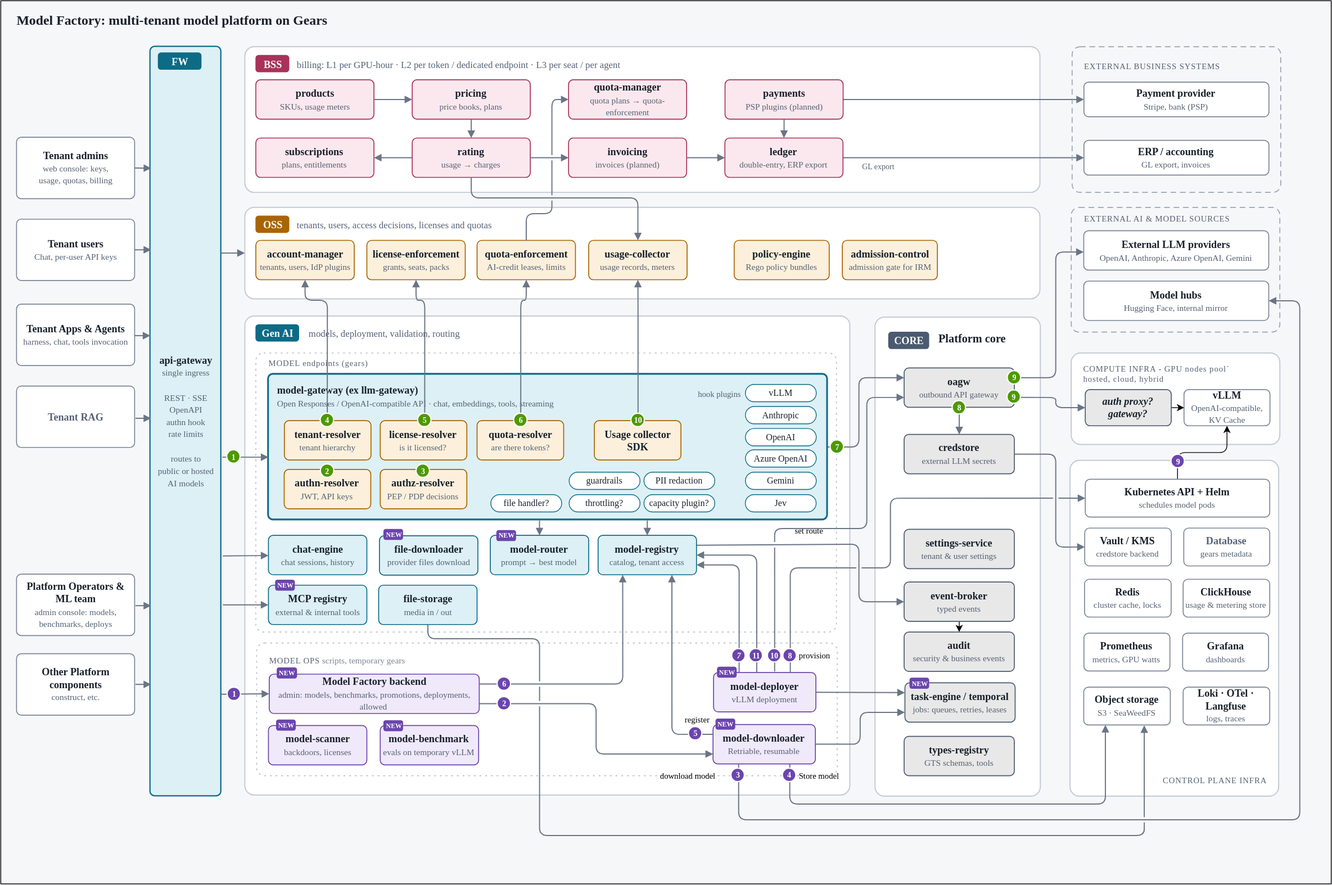
constructorfabric/token-factory keeps this draw.io diagram as docs/img/model-factory.drawio.svg. Above is the earlier version. Source tidied: cells renumbered, new cells last; positions are measured from the earlier drawing's top-left corner, leaving out a move shared by most shapes.
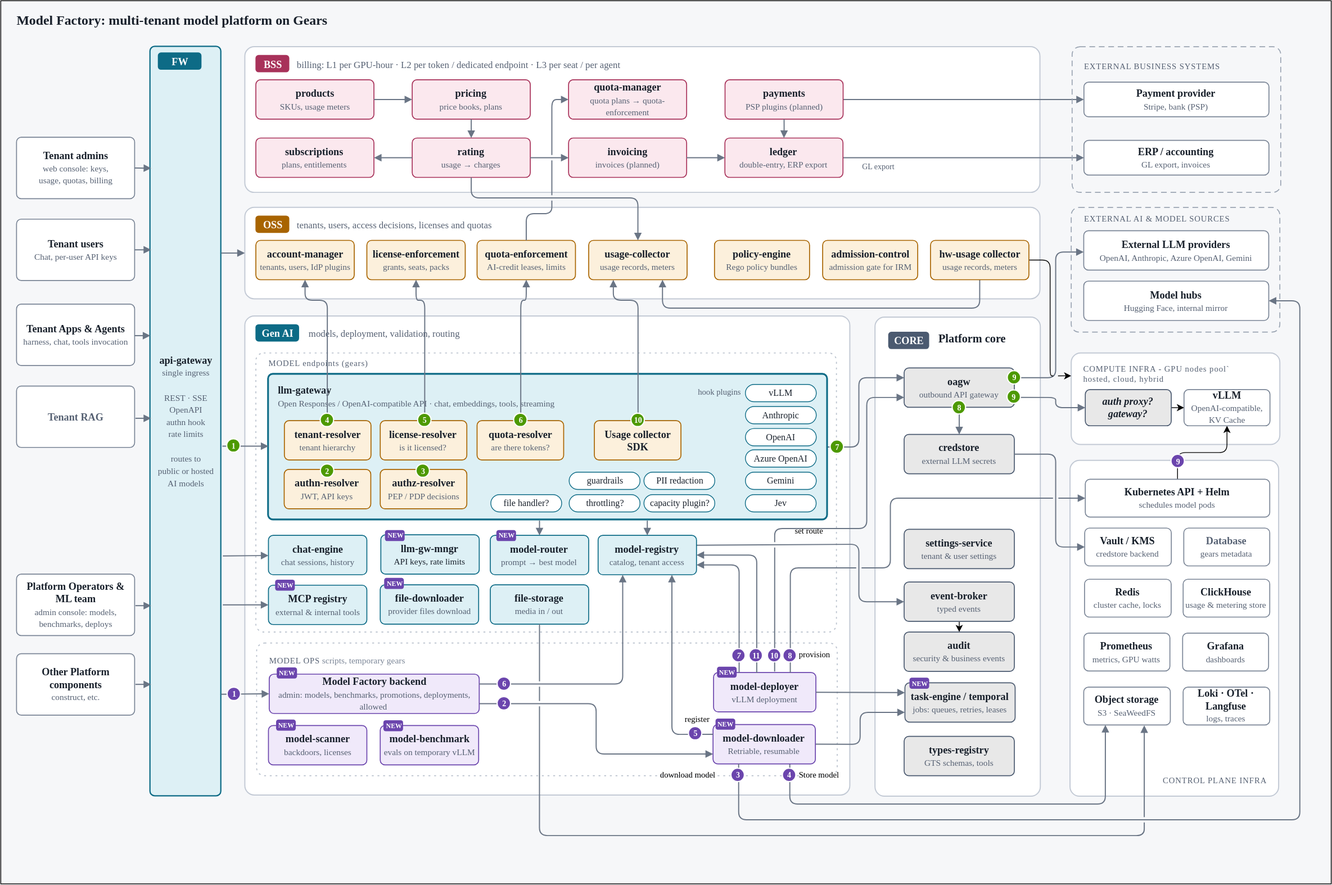
After the change.

Commit message:
docs: added initial docs/DECOMPOSITION.md and extend the list of open questions

What changed in the source:
```diff
@@ -73,7 +73,7 @@
         </Array>
       </mxGeometry>
     </mxCell>
-    <mxCell id="24" value="&lt;span style=&quot;font-weight:600&quot;&gt;model-gateway   (ex llm-gateway)&lt;/span&gt;&lt;br&gt;&lt;span style=&quot;font-size: 11px; color: rgb(86, 97, 115);&quot;&gt;Open Responses / OpenAI-compatible API · chat, embeddings, tools, streaming&lt;/span&gt;" style="rounded=1;absoluteArcSize=1;arcSize=12;whiteSpace=wrap;html=1;fillColor=#ddf0f5;strokeColor=#0d6b86;strokeWidth=2.2;align=left;verticalAlign=top;spacing=4;spacingTop=4;fontSize=13;fontColor=#18202b;fontFamily=IBM Plex Sans Condensed;fontSource=https%3A%2F%2Ffonts.googleapis.com%2Fcss%3Ffamily%3DIBM%2BPlex%2BSans%2BCondensed%3A400%2C500%2C600;spacingLeft=8;" parent="1" vertex="1">
+    <mxCell id="24" value="&lt;span style=&quot;font-weight:600&quot;&gt;llm-gateway&lt;/span&gt;&lt;br&gt;&lt;span style=&quot;font-size: 11px; color: rgb(86, 97, 115);&quot;&gt;Open Responses / OpenAI-compatible API · chat, embeddings, tools, streaming&lt;/span&gt;" style="rounded=1;absoluteArcSize=1;arcSize=12;whiteSpace=wrap;html=1;fillColor=#ddf0f5;strokeColor=#0d6b86;strokeWidth=2.2;align=left;verticalAlign=top;spacing=4;spacingTop=4;fontSize=13;fontColor=#18202b;fontFamily=IBM Plex Sans Condensed;fontSource=https%3A%2F%2Ffonts.googleapis.com%2Fcss%3Ffamily%3DIBM%2BPlex%2BSans%2BCondensed%3A400%2C500%2C600;spacingLeft=8;" parent="1" vertex="1">
       <mxGeometry x="340" y="474" width="710.1" height="185" as="geometry" />
     </mxCell>
     <mxCell id="25" style="edgeStyle=orthogonalEdgeStyle;html=1;exitX=1;exitY=0.25;exitDx=0;exitDy=0;entryX=0;entryY=0.5;entryDx=0;entryDy=0;rounded=1;strokeColor=#6a7585;strokeWidth=1.4;align=center;verticalAlign=middle;fontFamily=Helvetica;fontSize=11;fontColor=default;labelBackgroundColor=default;endArrow=block;endFill=1;endSize=6;curved=0;jumpStyle=gap;" parent="1" edge="1" source="26" target="44">
@@ -89,7 +89,7 @@
       <mxGeometry x="758.8" y="678.8" width="125" height="50" as="geometry" />
     </mxCell>
     <mxCell id="27" value="&lt;span style=&quot;font-weight:600&quot;&gt;file-storage&lt;/span&gt;&lt;br&gt;&lt;span style=&quot;font-size:11px;color:#566173&quot;&gt;media in / out&lt;/span&gt;" style="rounded=1;absoluteArcSize=1;arcSize=12;whiteSpace=wrap;html=1;fillColor=#ddf0f5;strokeColor=#0d6b86;strokeWidth=1.2;align=center;verticalAlign=middle;spacing=4;spacingTop=0;fontSize=13;fontColor=#18202b;fontFamily=IBM Plex Sans Condensed;fontSource=https%3A%2F%2Ffonts.googleapis.com%2Fcss%3Ffamily%3DIBM%2BPlex%2BSans%2BCondensed%3A400%2C500%2C600;" parent="1" vertex="1">
-      <mxGeometry x="480" y="742" width="125" height="50" as="geometry" />
+      <mxGeometry x="621.8" y="741.5" width="125" height="50" as="geometry" />
     </mxCell>
     <mxCell id="28" value="&lt;span style=&quot;font-weight:500;letter-spacing:0.06em&quot;&gt;MODEL OPS&lt;/span&gt;&amp;nbsp;&amp;nbsp;&lt;span style=&quot;font-family: &amp;quot;IBM Plex Sans Condensed&amp;quot;; font-size: 11px; letter-spacing: 0px; color: rgb(122, 133, 150);&quot;&gt;scripts, temporary gears&lt;/span&gt;" style="text;html=1;whiteSpace=nowrap;align=left;verticalAlign=top;spacing=0;fontSize=10.5;fontColor=#566173;fontFamily=IBM Plex Mono;fontSource=https%3A%2F%2Ffonts.googleapis.com%2Fcss%3Ffamily%3DIBM%2BPlex%2BMono%3A500%2C600;" parent="1" vertex="1">
       <mxGeometry x="341" y="827" width="306.2" height="14" as="geometry" />
@@ -143,10 +143,10 @@
       <mxGeometry x="1147.5" y="738" width="140" height="50" as="geometry" />
     </mxCell>
     <mxCell id="45" value="&lt;span style=&quot;font-weight:600&quot;&gt;policy-engine&lt;/span&gt;&lt;br&gt;&lt;span style=&quot;font-size:11px;color:#566173&quot;&gt;Rego policy bundles&lt;/span&gt;" style="rounded=1;absoluteArcSize=1;arcSize=12;whiteSpace=wrap;html=1;fillColor=#fcf0dc;strokeColor=#a86400;strokeWidth=1.2;align=center;verticalAlign=middle;spacing=4;spacingTop=0;fontSize=13;fontColor=#18202b;fontFamily=IBM Plex Sans Condensed;fontSource=https%3A%2F%2Ffonts.googleapis.com%2Fcss%3Ffamily%3DIBM%2BPlex%2BSans%2BCondensed%3A400%2C500%2C600;" parent="1" vertex="1">
-      <mxGeometry x="931.6" y="304" width="120.8" height="50" as="geometry" />
+      <mxGeometry x="906.6" y="304" width="120.8" height="50" as="geometry" />
     </mxCell>
     <mxCell id="46" value="&lt;span style=&quot;font-weight:600&quot;&gt;admission-control&lt;/span&gt;&lt;br&gt;&lt;span style=&quot;font-size:11px;color:#566173&quot;&gt;admission gate for IRM&lt;/span&gt;" style="rounded=1;absoluteArcSize=1;arcSize=12;whiteSpace=wrap;html=1;fillColor=#fcf0dc;strokeColor=#a86400;strokeWidth=1.2;align=center;verticalAlign=middle;spacing=4;spacingTop=0;fontSize=13;fontColor=#18202b;fontFamily=IBM Plex Sans Condensed;fontSource=https%3A%2F%2Ffonts.googleapis.com%2Fcss%3Ffamily%3DIBM%2BPlex%2BSans%2BCondensed%3A400%2C500%2C600;" parent="1" vertex="1">
-      <mxGeometry x="1069" y="304" width="120.8" height="50" as="geometry" />
+      <mxGeometry x="1044" y="304" width="120.8" height="50" as="geometry" />
     </mxCell>
     <mxCell id="47" style="rounded=1;absoluteArcSize=1;arcSize=24;fillColor=#ffffff;strokeColor=#c3cad5;strokeWidth=1.4;html=1;" parent="1" vertex="1">
       <mxGeometry x="1358.2" y="583.5" width="265" height="426.5" as="geometry" />
@@ -197,8 +197,8 @@
     </mxCell>
     <mxCell id="62" style="edgeStyle=none;rounded=0;html=1;endArrow=block;endFill=1;endSize=6;strokeColor=#6a7585;strokeWidth=1.4;" parent="1" edge="1">
       <mxGeometry relative="1" as="geometry">
-        <mxPoint x="281.4" y="579.4" as="sourcePoint" />
-        <mxPoint x="340" y="579.4" as="targetPoint" />
+        <mxPoint x="281.4" y="565.4" as="sourcePoint" />
+        <mxPoint x="340" y="565.4" as="targetPoint" />
       </mxGeometry>
     </mxCell>
     <mxCell id="63" style="edgeStyle=none;rounded=0;html=1;endArrow=block;endFill=1;endSize=6;strokeColor=#6a7585;strokeWidth=1.4;exitX=1;exitY=0.864;exitDx=0;exitDy=0;exitPerimeter=0;entryX=0;entryY=0.5;entryDx=0;entryDy=0;" parent="1" edge="1" source="60" target="31">
@@ -254,12 +254,11 @@
         </Array>
       </mxGeometry>
     </mxCell>
-    <mxCell id="72" style="rounded=1;html=1;endArrow=block;endFill=1;endSize=6;strokeColor=#6a7585;strokeWidth=1.4;entryX=0.5;entryY=1;entryDx=0;entryDy=0;edgeStyle=orthogonalEdgeStyle;exitX=0.5;exitY=0;exitDx=0;exitDy=0;" parent="1" edge="1" source="161" target="116">
+    <mxCell id="72" style="rounded=1;html=1;endArrow=block;endFill=1;endSize=6;strokeColor=#6a7585;strokeWidth=1.4;entryX=0.25;entryY=1;entryDx=0;entryDy=0;edgeStyle=orthogonalEdgeStyle;exitX=0.5;exitY=0;exitDx=0;exitDy=0;" parent="1" edge="1" source="161" target="116">
       <mxGeometry relative="1" as="geometry">
         <Array as="points">
-          <mxPoint x="810" y="524" />
-          <mxPoint x="810" y="380" />
-          <mxPoint x="809.3" y="380" />
+          <mxPoint x="810" y="380.1" />
+          <mxPoint x="778.1" y="380.1" />
         </Array>
       </mxGeometry>
     </mxCell>
@@ -267,7 +266,7 @@
       <mxGeometry x="288" y="872" width="17" height="17" as="geometry" />
     </mxCell>
     <mxCell id="74" value="1" style="ellipse;html=1;whiteSpace=wrap;fillColor=#4D9900;strokeColor=#ffffff;strokeWidth=1.5;fontColor=#ffffff;fontSize=10;fontStyle=1;fontFamily=IBM Plex Sans Condensed;fontSource=https%3A%2F%2Ffonts.googleapis.com%2Fcss%3Ffamily%3DIBM%2BPlex%2BSans%2BCondensed%3A400%2C500%2C600;align=center;verticalAlign=middle;spacing=0;" parent="1" vertex="1">
-      <mxGeometry x="287.5" y="570.5" width="17" height="17" as="geometry" />
+      <mxGeometry x="287.5" y="556.5" width="17" height="17" as="geometry" />
     </mxCell>
     <mxCell id="75" style="edgeStyle=orthogonalEdgeStyle;rounded=1;html=1;endArrow=block;endFill=1;endSize=6;strokeColor=#6a7585;strokeWidth=1.4;exitX=0.75;exitY=1;exitDx=0;exitDy=0;entryX=0.25;entryY=1;entryDx=0;entryDy=0;curved=0;align=center;verticalAlign=middle;fontFamily=Helvetica;fontSize=11;fontColor=default;labelBackgroundColor=default;jumpStyle=gap;" parent="1" edge="1" source="79" target="52">
       <mxGeometry relative="1" as="geometry">
@@ -602,7 +601,7 @@
       <mxGeometry x="722" y="627" width="90" height="22" as="geometry" />
     </mxCell>
     <mxCell id="165" value="hook plugins" style="text;html=1;whiteSpace=nowrap;align=right;verticalAlign=top;spacing=0;fontSize=10.5;fontColor=#566173;fontFamily=IBM Plex Mono;fontSource=https://fonts.googleapis.com/css?family=IBM+Plex+Mono:500,600;" parent="1" vertex="1">
-      <mxGeometry x="874" y="489.5" width="66" height="18.5" as="geometry" />
+      <mxGeometry x="874" y="486.5" width="66" height="18.5" as="geometry" />
     </mxCell>
     <mxCell id="166" value="7" style="ellipse;html=1;whiteSpace=wrap;fillColor=#4D9900;strokeColor=#ffffff;strokeWidth=1.5;fontColor=#ffffff;fontSize=10;fontStyle=1;fontFamily=IBM Plex Sans Condensed;fontSource=https://fonts.googleapis.com/css?family=IBM+Plex+Sans+Condensed:400,500,600;align=center;verticalAlign=middle;spacing=0;" parent="1" vertex="1">
       <mxGeometry x="1054" y="558" width="17" height="17" as="geometry" />
@@ -664,10 +663,8 @@
     <mxCell id="184" style="edgeStyle=orthogonalEdgeStyle;html=1;exitX=0.5;exitY=1;exitDx=0;exitDy=0;entryX=0.699;entryY=1.009;entryDx=0;entryDy=0;entryPerimeter=0;jumpStyle=gap;rounded=1;strokeColor=#6a7585;strokeWidth=1.4;align=center;verticalAlign=middle;fontFamily=Helvetica;fontSize=11;fontColor=default;labelBackgroundColor=default;endArrow=block;endFill=1;endSize=6;curved=0;" parent="1" edge="1" source="27" target="52">
       <mxGeometry relative="1" as="geometry">
         <Array as="points">
-          <mxPoint x="542.5" y="810" />
-          <mxPoint x="684.3" y="810" />
-          <mxPoint x="684.3" y="1060" />
-          <mxPoint x="1452.5" y="1060" />
+          <mxPoint x="684.3" y="1060.1" />
+          <mxPoint x="1452.5" y="1060.1" />
         </Array>
       </mxGeometry>
     </mxCell>
@@ -675,10 +672,10 @@
       <mxGeometry x="622.5" y="627" width="90" height="22" as="geometry" />
     </mxCell>
     <mxCell id="186" value="&lt;span style=&quot;font-weight:600&quot;&gt;file-downloader&lt;/span&gt;&lt;br&gt;&lt;span style=&quot;font-size: 11px; color: rgb(86, 97, 115);&quot;&gt;provider files download&lt;/span&gt;" style="rounded=1;absoluteArcSize=1;arcSize=12;whiteSpace=wrap;html=1;fillColor=#ddf0f5;strokeColor=#0d6b86;strokeWidth=1.2;align=center;verticalAlign=middle;spacing=4;spacingTop=0;fontSize=13;fontColor=#18202b;fontFamily=IBM Plex Sans Condensed;fontSource=https%3A%2F%2Ffonts.googleapis.com%2Fcss%3Ffamily%3DIBM%2BPlex%2BSans%2BCondensed%3A400%2C500%2C600;" parent="1" vertex="1">
-      <mxGeometry x="481" y="679.2" width="125" height="50" as="geometry" />
+      <mxGeometry x="482" y="741.5" width="125" height="50" as="geometry" />
     </mxCell>
     <mxCell id="187" value="NEW" style="rounded=1;absoluteArcSize=1;arcSize=6;html=1;fillColor=#6b45ad;strokeColor=none;fontColor=#ffffff;fontSize=8.5;fontStyle=1;fontFamily=IBM Plex Mono;fontSource=https://fonts.googleapis.com/css?family=IBM+Plex+Mono:500,600;align=center;verticalAlign=middle;spacing=0;" parent="1" vertex="1">
-      <mxGeometry x="486.5" y="671" width="25" height="14" as="geometry" />
+      <mxGeometry x="487.5" y="733.2" width="25" height="14" as="geometry" />
     </mxCell>
     <mxCell id="188" value="NEW" style="rounded=1;absoluteArcSize=1;arcSize=6;html=1;fillColor=#6b45ad;strokeColor=none;fontColor=#ffffff;fontSize=8.5;fontStyle=1;fontFamily=IBM Plex Mono;fontSource=https://fonts.googleapis.com/css?family=IBM+Plex+Mono:500,600;align=center;verticalAlign=middle;spacing=0;" parent="1" vertex="1">
       <mxGeometry x="1154.8" y="860" width="25" height="14" as="geometry" />
@@ -686,5 +683,25 @@
     <mxCell id="189" style="rounded=1;absoluteArcSize=1;arcSize=20;fillColor=none;strokeColor=#9aa4b2;strokeWidth=1.2;dashed=1;dashPattern=6 4;html=1;" parent="1" vertex="1">
       <mxGeometry x="1360.9" y="58" width="265" height="185" as="geometry" />
     </mxCell>
+    <mxCell id="190" value="&lt;span style=&quot;font-weight:600&quot;&gt;llm-gw-mngr&lt;/span&gt;&lt;br&gt;&lt;span style=&quot;font-size: 11px;&quot;&gt;API keys, rate limits&lt;/span&gt;" style="rounded=1;absoluteArcSize=1;arcSize=12;whiteSpace=wrap;html=1;fillColor=#ddf0f5;strokeColor=#0d6b86;strokeWidth=1.2;align=center;verticalAlign=middle;spacing=4;spacingTop=0;fontSize=13;fontColor=#18202b;fontFamily=IBM Plex Sans Condensed;fontSource=https://fonts.googleapis.com/css?family=IBM+Plex+Sans+Condensed:400,500,600;" parent="1" vertex="1">
+      <mxGeometry x="482.8" y="678" width="125" height="50" as="geometry" />
+    </mxCell>
+    <mxCell id="191" value="NEW" style="rounded=1;absoluteArcSize=1;arcSize=6;html=1;fillColor=#6b45ad;strokeColor=none;fontColor=#ffffff;fontSize=8.5;fontStyle=1;fontFamily=IBM Plex Mono;fontSource=https://fonts.googleapis.com/css?family=IBM+Plex+Mono:500,600;align=center;verticalAlign=middle;spacing=0;" parent="1" vertex="1">
+      <mxGeometry x="488.5" y="672.5" width="25" height="14" as="geometry" />
+    </mxCell>
+    <mxCell id="192" style="edgeStyle=orthogonalEdgeStyle;html=1;entryX=0;entryY=0.25;entryDx=0;entryDy=0;jumpStyle=gap;" parent="1" edge="1" source="194" target="6">
+      <mxGeometry relative="1" as="geometry" />
+    </mxCell>
+    <mxCell id="193" style="edgeStyle=orthogonalEdgeStyle;html=1;exitX=0.5;exitY=1;exitDx=0;exitDy=0;entryX=0.75;entryY=1;entryDx=0;entryDy=0;rounded=1;strokeColor=#6a7585;strokeWidth=1.4;align=center;verticalAlign=middle;fontFamily=Helvetica;fontSize=11;fontColor=default;labelBackgroundColor=default;endArrow=block;endFill=1;endSize=6;" parent="1" edge="1" source="194" target="116">
+      <mxGeometry relative="1" as="geometry">
+        <Array as="points">
+          <mxPoint x="1243.5" y="390.1" />
+          <mxPoint x="840.5" y="390.1" />
+        </Array>
+      </mxGeometry>
+    </mxCell>
+    <mxCell id="194" value="&lt;span style=&quot;font-weight:600&quot;&gt;hw-usage collector&lt;/span&gt;&lt;br&gt;&lt;span style=&quot;font-size: 11px; color: rgb(86, 97, 115);&quot;&gt;usage records, meters&lt;/span&gt;" style="rounded=1;absoluteArcSize=1;arcSize=12;whiteSpace=wrap;html=1;fillColor=#fcf0dc;strokeColor=#a86400;strokeWidth=1.2;align=center;verticalAlign=middle;spacing=4;spacingTop=0;fontSize=13;fontColor=#18202b;fontFamily=IBM Plex Sans Condensed;fontSource=https://fonts.googleapis.com/css?family=IBM+Plex+Sans+Condensed:400,500,600;" parent="1" vertex="1">
+      <mxGeometry x="1181" y="304" width="125" height="50" as="geometry" />
+    </mxCell>
   </root>
 </mxGraphModel>
```
